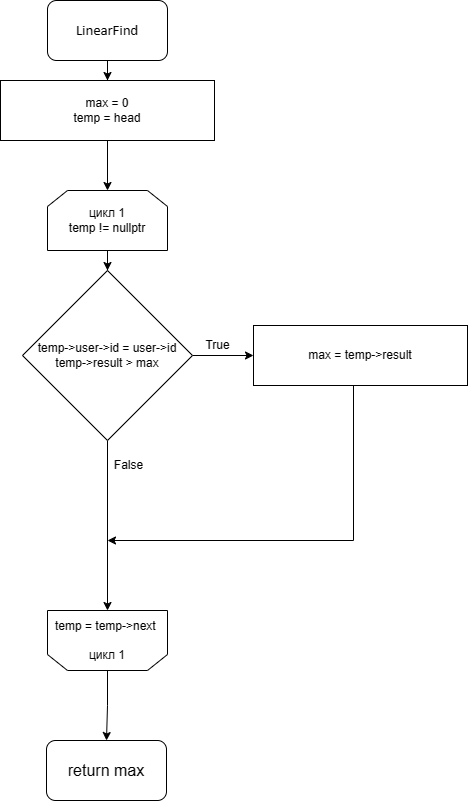
Earlier version of the draw.io export Diagrams/LinearFind.png (alrx31/ExamineConstructor). Source tidied: cells renumbered, new cells last; positions are measured from the earlier drawing's top-left corner, leaving out a move shared by most shapes.
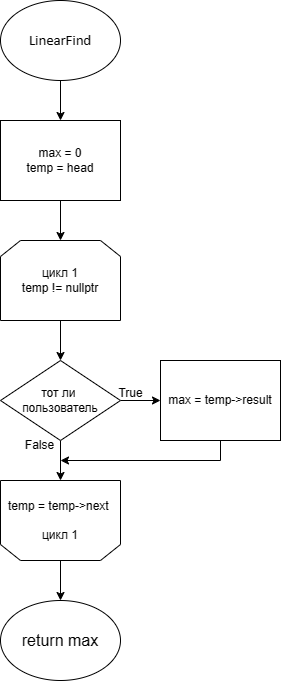
The same diagram one commit later.

The edit, as a diff of the source:
```diff
@@ -2,29 +2,23 @@
   <root>
     <mxCell id="0" />
     <mxCell id="1" parent="0" />
-    <mxCell id="2" style="edgeStyle=orthogonalEdgeStyle;rounded=0;jettySize=auto;html=1;" parent="1" edge="1" source="3" target="5">
-      <mxGeometry relative="1" as="geometry" />
-    </mxCell>
-    <mxCell id="3" value="&lt;span style=&quot;font-size: 11pt; line-height: 107%; font-family: Calibri, sans-serif;&quot; lang=&quot;RU&quot;&gt;LinearFind&lt;/span&gt;&lt;span style=&quot;font-size:11.0pt;line-height:107%;font-family:&amp;quot;Calibri&amp;quot;,sans-serif;&lt;br/&gt;mso-ascii-theme-font:minor-latin;mso-fareast-font-family:Calibri;mso-fareast-theme-font:&lt;br/&gt;minor-latin;mso-hansi-theme-font:minor-latin;mso-bidi-font-family:&amp;quot;Times New Roman&amp;quot;;&lt;br/&gt;mso-bidi-theme-font:minor-bidi;mso-ansi-language:RU;mso-fareast-language:EN-US;&lt;br/&gt;mso-bidi-language:AR-SA&quot; lang=&quot;RU&quot;&gt;&lt;/span&gt;" style="rounded=1;whiteSpace=wrap;html=1;" parent="1" vertex="1">
-      <mxGeometry x="47" width="120" height="60" as="geometry" />
-    </mxCell>
     <mxCell id="4" style="edgeStyle=orthogonalEdgeStyle;rounded=0;jettySize=auto;html=1;" parent="1" edge="1" source="5" target="7">
       <mxGeometry relative="1" as="geometry" />
     </mxCell>
     <mxCell id="5" value="max = 0&lt;div&gt;temp = head&lt;/div&gt;" style="rounded=0;whiteSpace=wrap;html=1;" parent="1" vertex="1">
-      <mxGeometry y="80" width="214" height="60" as="geometry" />
+      <mxGeometry x="-107" y="140" width="120" height="80" as="geometry" />
     </mxCell>
     <mxCell id="6" style="edgeStyle=orthogonalEdgeStyle;rounded=0;jettySize=auto;html=1;" parent="1" edge="1" source="7" target="12">
       <mxGeometry relative="1" as="geometry" />
     </mxCell>
     <mxCell id="7" value="цикл 1&lt;br style=&quot;font-size: 12px;&quot;&gt;temp != nullptr" style="shape=loopLimit;whiteSpace=wrap;html=1;fontSize=12;fontStyle=0;" parent="1" vertex="1">
-      <mxGeometry x="47" y="190" width="120" height="60" as="geometry" />
+      <mxGeometry x="-107" y="260" width="120" height="80" as="geometry" />
     </mxCell>
     <mxCell id="8" style="edgeStyle=orthogonalEdgeStyle;rounded=0;jettySize=auto;html=1;" parent="1" edge="1" source="9" target="17">
       <mxGeometry relative="1" as="geometry" />
     </mxCell>
     <mxCell id="9" value="temp = temp-&amp;gt;next&amp;nbsp;&lt;br style=&quot;font-size: 12px;&quot;&gt;&lt;br style=&quot;font-size: 12px;&quot;&gt;цикл 1" style="shape=loopLimit;whiteSpace=wrap;html=1;direction=west;fontSize=12;fontStyle=0;" parent="1" vertex="1">
-      <mxGeometry x="47" y="610" width="120" height="60" as="geometry" />
+      <mxGeometry x="-107" y="500" width="120" height="80" as="geometry" />
     </mxCell>
     <mxCell id="10" style="edgeStyle=orthogonalEdgeStyle;rounded=0;jettySize=auto;html=1;" parent="1" edge="1" source="12" target="9">
       <mxGeometry relative="1" as="geometry" />
@@ -32,28 +26,34 @@
     <mxCell id="11" style="edgeStyle=orthogonalEdgeStyle;rounded=0;jettySize=auto;html=1;" parent="1" edge="1" source="12" target="14">
       <mxGeometry relative="1" as="geometry" />
     </mxCell>
-    <mxCell id="12" value="temp-&amp;gt;user-&amp;gt;id = user-&amp;gt;id&lt;div&gt;temp-&amp;gt;result &amp;gt; max&lt;/div&gt;" style="rhombus;whiteSpace=wrap;html=1;fontSize=12;" parent="1" vertex="1">
-      <mxGeometry x="22" y="270" width="170" height="170" as="geometry" />
+    <mxCell id="12" value="тот ли&amp;nbsp;&lt;div&gt;пользователь&lt;/div&gt;" style="rhombus;whiteSpace=wrap;html=1;fontSize=12;" parent="1" vertex="1">
+      <mxGeometry x="-107" y="380" width="120" height="80" as="geometry" />
     </mxCell>
-    <mxCell id="13" style="edgeStyle=orthogonalEdgeStyle;rounded=0;jettySize=auto;html=1;" parent="1" edge="1" source="14">
+    <mxCell id="13" style="edgeStyle=orthogonalEdgeStyle;rounded=0;jettySize=auto;html=1;exitX=0.5;exitY=1;exitDx=0;exitDy=0;" parent="1" edge="1" source="14">
       <mxGeometry relative="1" as="geometry">
-        <mxPoint x="107" y="540" as="targetPoint" />
+        <mxPoint x="-47" y="480" as="targetPoint" />
         <Array as="points">
-          <mxPoint x="353" y="540" />
+          <mxPoint x="113" y="480" />
         </Array>
       </mxGeometry>
     </mxCell>
     <mxCell id="14" value="max = temp-&amp;gt;result" style="rounded=0;whiteSpace=wrap;html=1;" parent="1" vertex="1">
-      <mxGeometry x="253" y="325" width="214" height="60" as="geometry" />
+      <mxGeometry x="53" y="380" width="120" height="80" as="geometry" />
     </mxCell>
+    <mxCell id="16" value="False" style="text;html=1;align=center;verticalAlign=middle;strokeColor=none;fillColor=none;" parent="1" vertex="1">
+      <mxGeometry x="-93" y="450" width="50" height="30" as="geometry" />
+    </mxCell>
+    <mxCell id="18" style="edgeStyle=orthogonalEdgeStyle;rounded=0;jettySize=auto;html=1;" parent="1" edge="1" source="19" target="5">
+      <mxGeometry relative="1" as="geometry" />
+    </mxCell>
+    <mxCell id="19" value="&lt;span style=&quot;font-family: Calibri, sans-serif; font-size: 14.6667px;&quot;&gt;LinearFind&lt;/span&gt;" style="ellipse;whiteSpace=wrap;html=1;" parent="1" vertex="1">
+      <mxGeometry x="-107" y="20" width="120" height="80" as="geometry" />
+    </mxCell>
     <mxCell id="15" value="True" style="text;html=1;align=center;verticalAlign=middle;strokeColor=none;fillColor=none;" parent="1" vertex="1">
-      <mxGeometry x="192" y="330" width="50" height="30" as="geometry" />
+      <mxGeometry x="-2" y="398" width="50" height="30" as="geometry" />
     </mxCell>
-    <mxCell id="16" value="False" style="text;html=1;align=center;verticalAlign=middle;strokeColor=none;fillColor=none;" parent="1" vertex="1">
-      <mxGeometry x="103" y="450" width="50" height="30" as="geometry" />
-    </mxCell>
-    <mxCell id="17" value="&lt;span style=&quot;font-size: 16px;&quot;&gt;return max&lt;/span&gt;" style="rounded=1;whiteSpace=wrap;html=1;" parent="1" vertex="1">
-      <mxGeometry x="46" y="740" width="120" height="60" as="geometry" />
+    <mxCell id="17" value="&lt;span style=&quot;font-size: 16px;&quot;&gt;return max&lt;/span&gt;" style="ellipse;whiteSpace=wrap;html=1;" parent="1" vertex="1">
+      <mxGeometry x="-107" y="620" width="120" height="80" as="geometry" />
     </mxCell>
   </root>
 </mxGraphModel>
```
